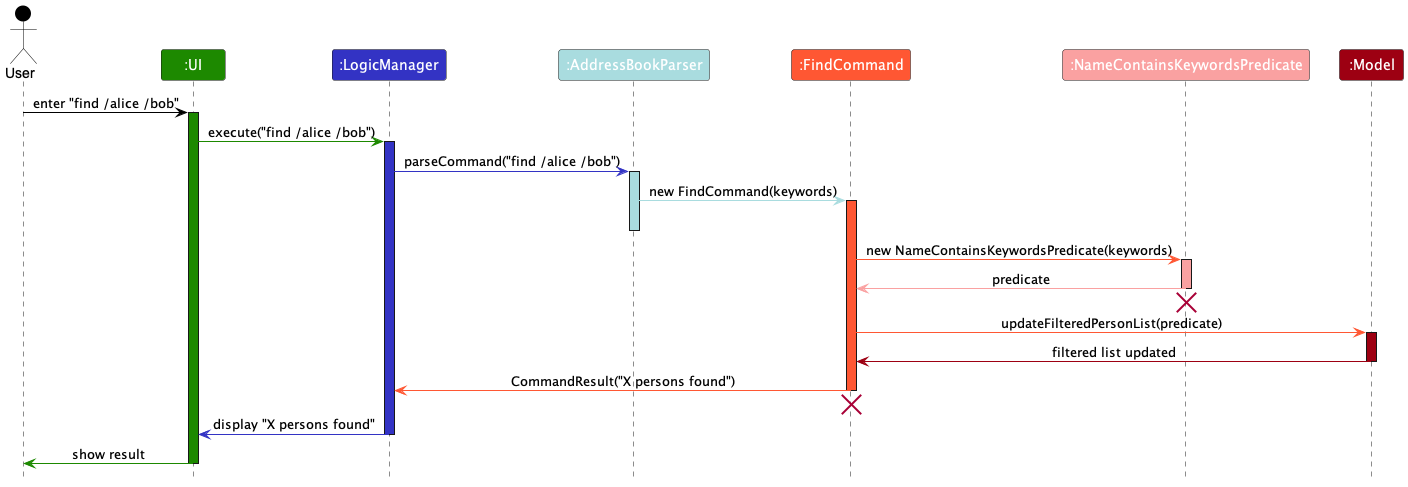
Before: docs/images/FindSequenceDiagram.png, a diagram exported from PlantUML (Emberlynn-Loo/tp). Its diagram source:
```plantuml
@startuml
!include style.puml
skinparam ArrowFontStyle plain

!define USER_COLOR #000000
!define UI_COLOR #1D8900
!define LOGIC_COLOR #3333C4
!define MODEL_COLOR #9D0012
!define FINDCOMMAND_COLOR #FF5733
!define ABPARSER_COLOR #A9DCDF
!define PREDICATE_COLOR #FAA1A1

Actor User as user USER_COLOR
Participant ":UI" as ui UI_COLOR
Participant ":LogicManager" as logic LOGIC_COLOR
Participant ":AddressBookParser" as parser ABPARSER_COLOR
Participant ":FindCommand" as findCommand FINDCOMMAND_COLOR
Participant ":NameContainsKeywordsPredicate" as predicate PREDICATE_COLOR
Participant ":Model" as model MODEL_COLOR

user -[USER_COLOR]> ui : enter "find /alice /bob"
activate ui UI_COLOR

ui -[UI_COLOR]> logic : execute("find /alice /bob")
activate logic LOGIC_COLOR

logic -[LOGIC_COLOR]> parser : parseCommand("find /alice /bob")
activate parser ABPARSER_COLOR

parser -[ABPARSER_COLOR]> findCommand : new FindCommand(keywords)
activate findCommand FINDCOMMAND_COLOR
deactivate parser

findCommand -[FINDCOMMAND_COLOR]> predicate : new NameContainsKeywordsPredicate(keywords)
activate predicate PREDICATE_COLOR

predicate -[PREDICATE_COLOR]> findCommand : predicate
deactivate predicate
predicate --[HIDDEN]> findCommand :
destroy predicate

findCommand -[FINDCOMMAND_COLOR]> model : updateFilteredPersonList(predicate)
activate model MODEL_COLOR

model -[MODEL_COLOR]> findCommand : filtered list updated
deactivate model

findCommand -[FINDCOMMAND_COLOR]> logic : CommandResult("X persons found")
deactivate findCommand
findCommand --[HIDDEN]> :
destroy findCommand

logic -[LOGIC_COLOR]> ui : display "X persons found"
deactivate logic

ui -[UI_COLOR]> user : show result
deactivate ui

@enduml
```
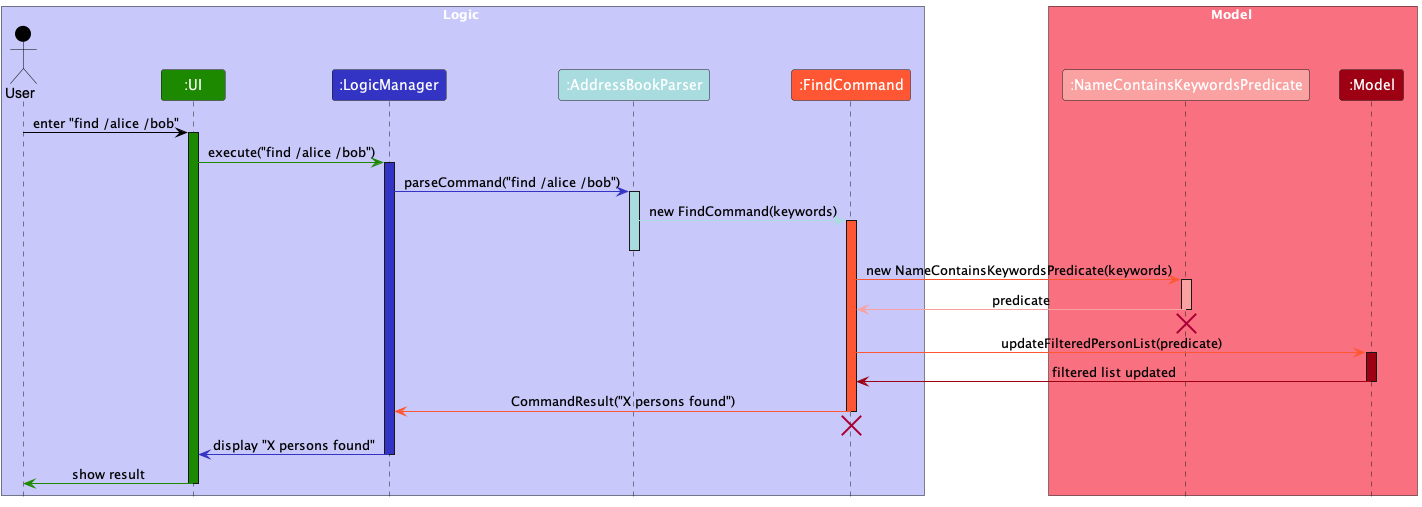
Later version of the same file.

The edit, as a diff of the source:
```diff
@@ -10,13 +10,18 @@
 !define ABPARSER_COLOR #A9DCDF
 !define PREDICATE_COLOR #FAA1A1
 
+box Logic LOGIC_COLOR_T1
 Actor User as user USER_COLOR
 Participant ":UI" as ui UI_COLOR
 Participant ":LogicManager" as logic LOGIC_COLOR
 Participant ":AddressBookParser" as parser ABPARSER_COLOR
 Participant ":FindCommand" as findCommand FINDCOMMAND_COLOR
+end box
+
+box Model MODEL_COLOR_T1
 Participant ":NameContainsKeywordsPredicate" as predicate PREDICATE_COLOR
 Participant ":Model" as model MODEL_COLOR
+end box
 
 user -[USER_COLOR]> ui : enter "find /alice /bob"
 activate ui UI_COLOR
```
